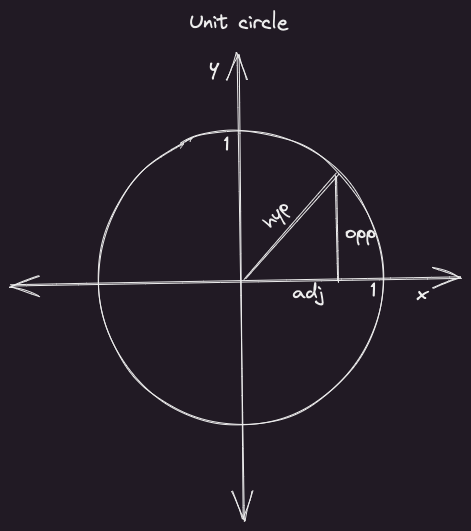
Earlier version of the Excalidraw export Mathmatics/Trignometry/img/001_intro_unit_circle.excalidraw.png (kodebot/notes). Source tidied: one line per element, renumbered; positions are measured from the earlier drawing's top-left corner, leaving out a move shared by most shapes.
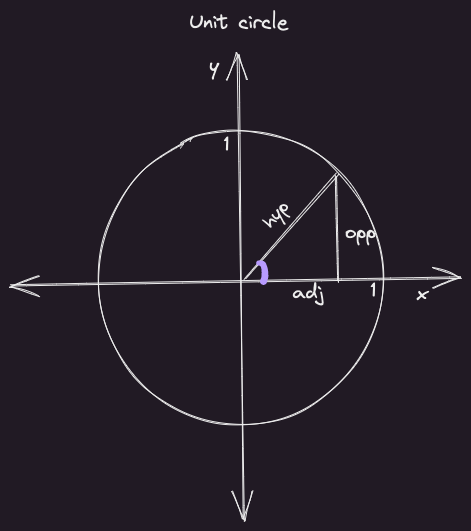
Later version of the same file.

Change to the diagram source:
```diff
@@ -11,3 +11,4 @@
 {"id": 10, "type": "text", "text": "adj", "strokeColor": "#000000", "strokeWidth": 1, "roughness": 1, "fontSize": 20, "fontFamily": 1, "x": 282, "y": 270, "width": 32, "height": 25}
 {"id": 11, "type": "text", "text": "hyp", "strokeColor": "#000000", "angle": 5.45, "strokeWidth": 1, "roughness": 1, "fontSize": 20, "fontFamily": 1, "x": 250, "y": 191, "width": 30, "height": 25}
 {"id": 12, "type": "text", "text": "x", "strokeColor": "#000000", "strokeWidth": 1, "roughness": 1, "fontSize": 20, "fontFamily": 1, "x": 405, "y": 271, "width": 12, "height": 25}
+{"id": 13, "type": "freedraw", "strokeColor": "#5f3dc4", "strokeWidth": 1, "roughness": 1, "x": 248, "y": 253, "width": 6, "height": 19, "points": [[0, 0], [1, 0], [2, 0], [3, 0], [4, 0], [4, 1], [5, 2], [5, 3], [5, 4], [6, 5], [6, 6], [6, 7], [6, 8], [6, 9], [6, 10], [6, 12], [6, 13], [6, 14], [6, 15], [6, 15], [6, 16], [6, 16], [5, 17], [5, 18], [5, 19]]}
```
